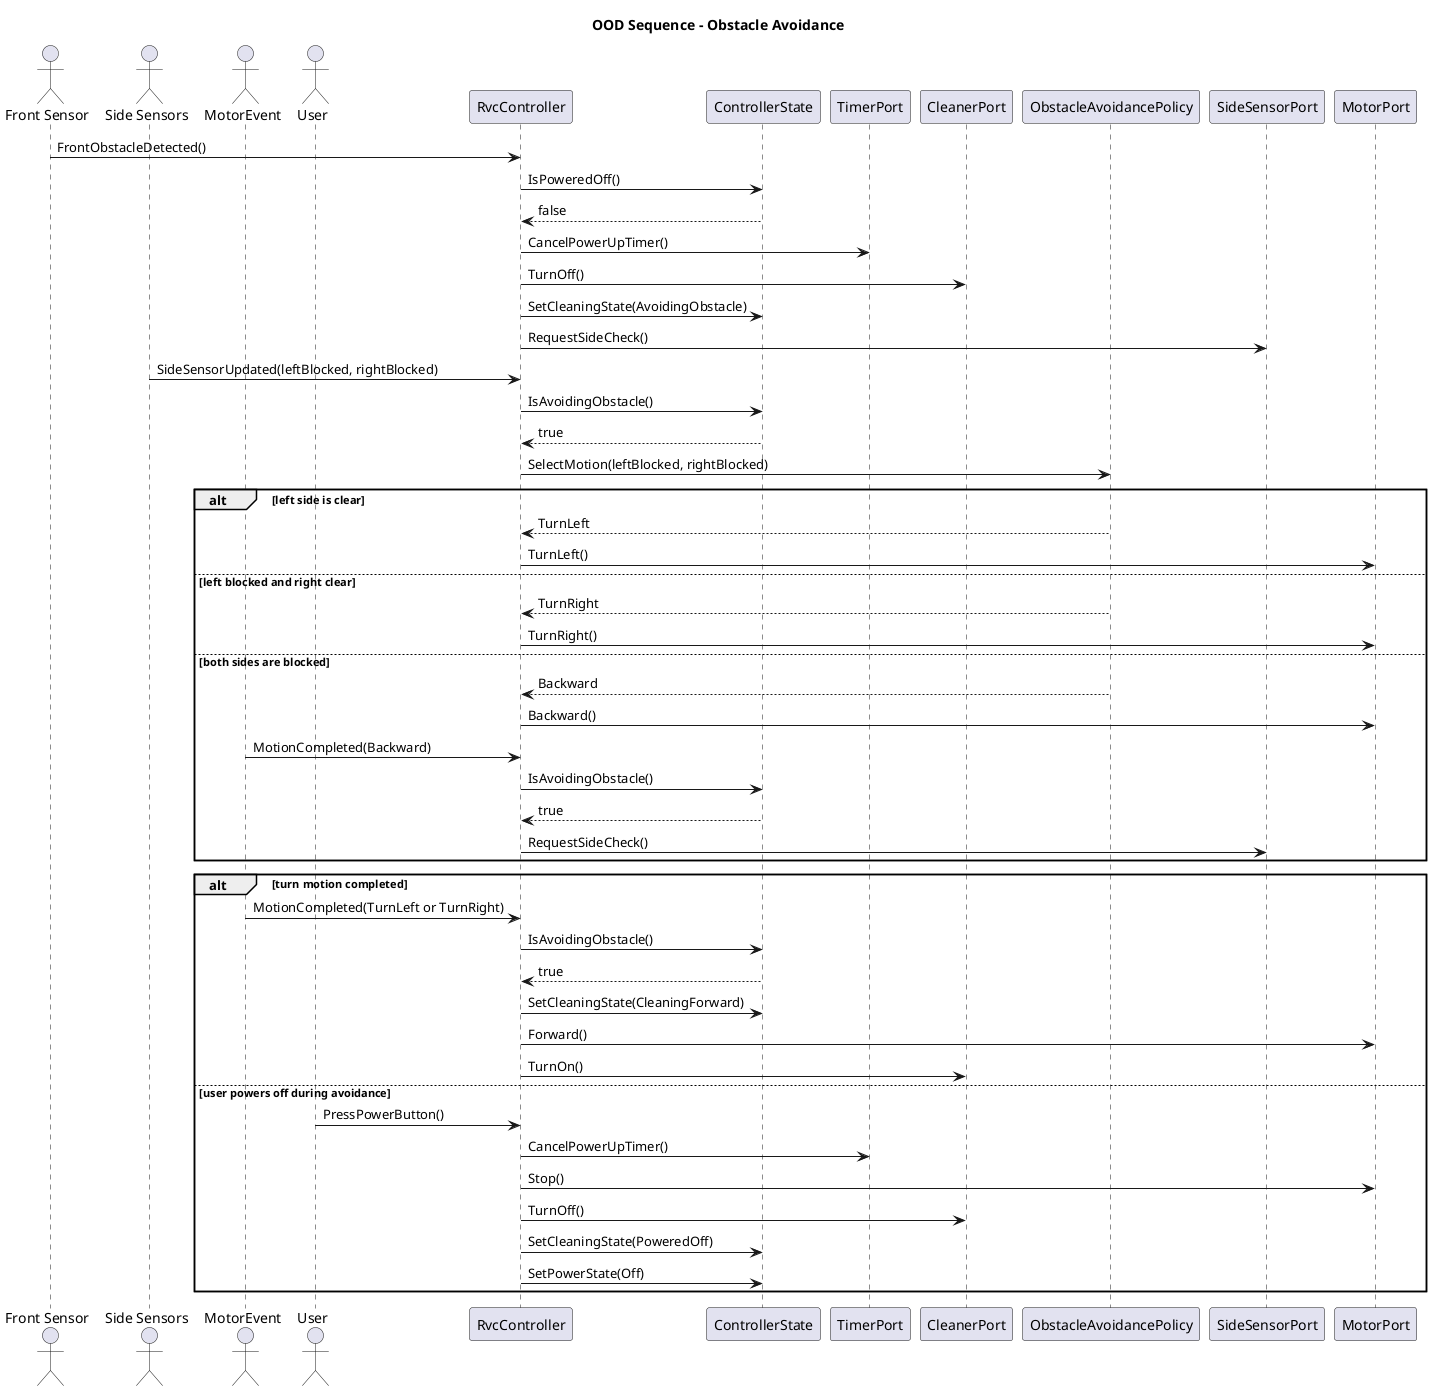
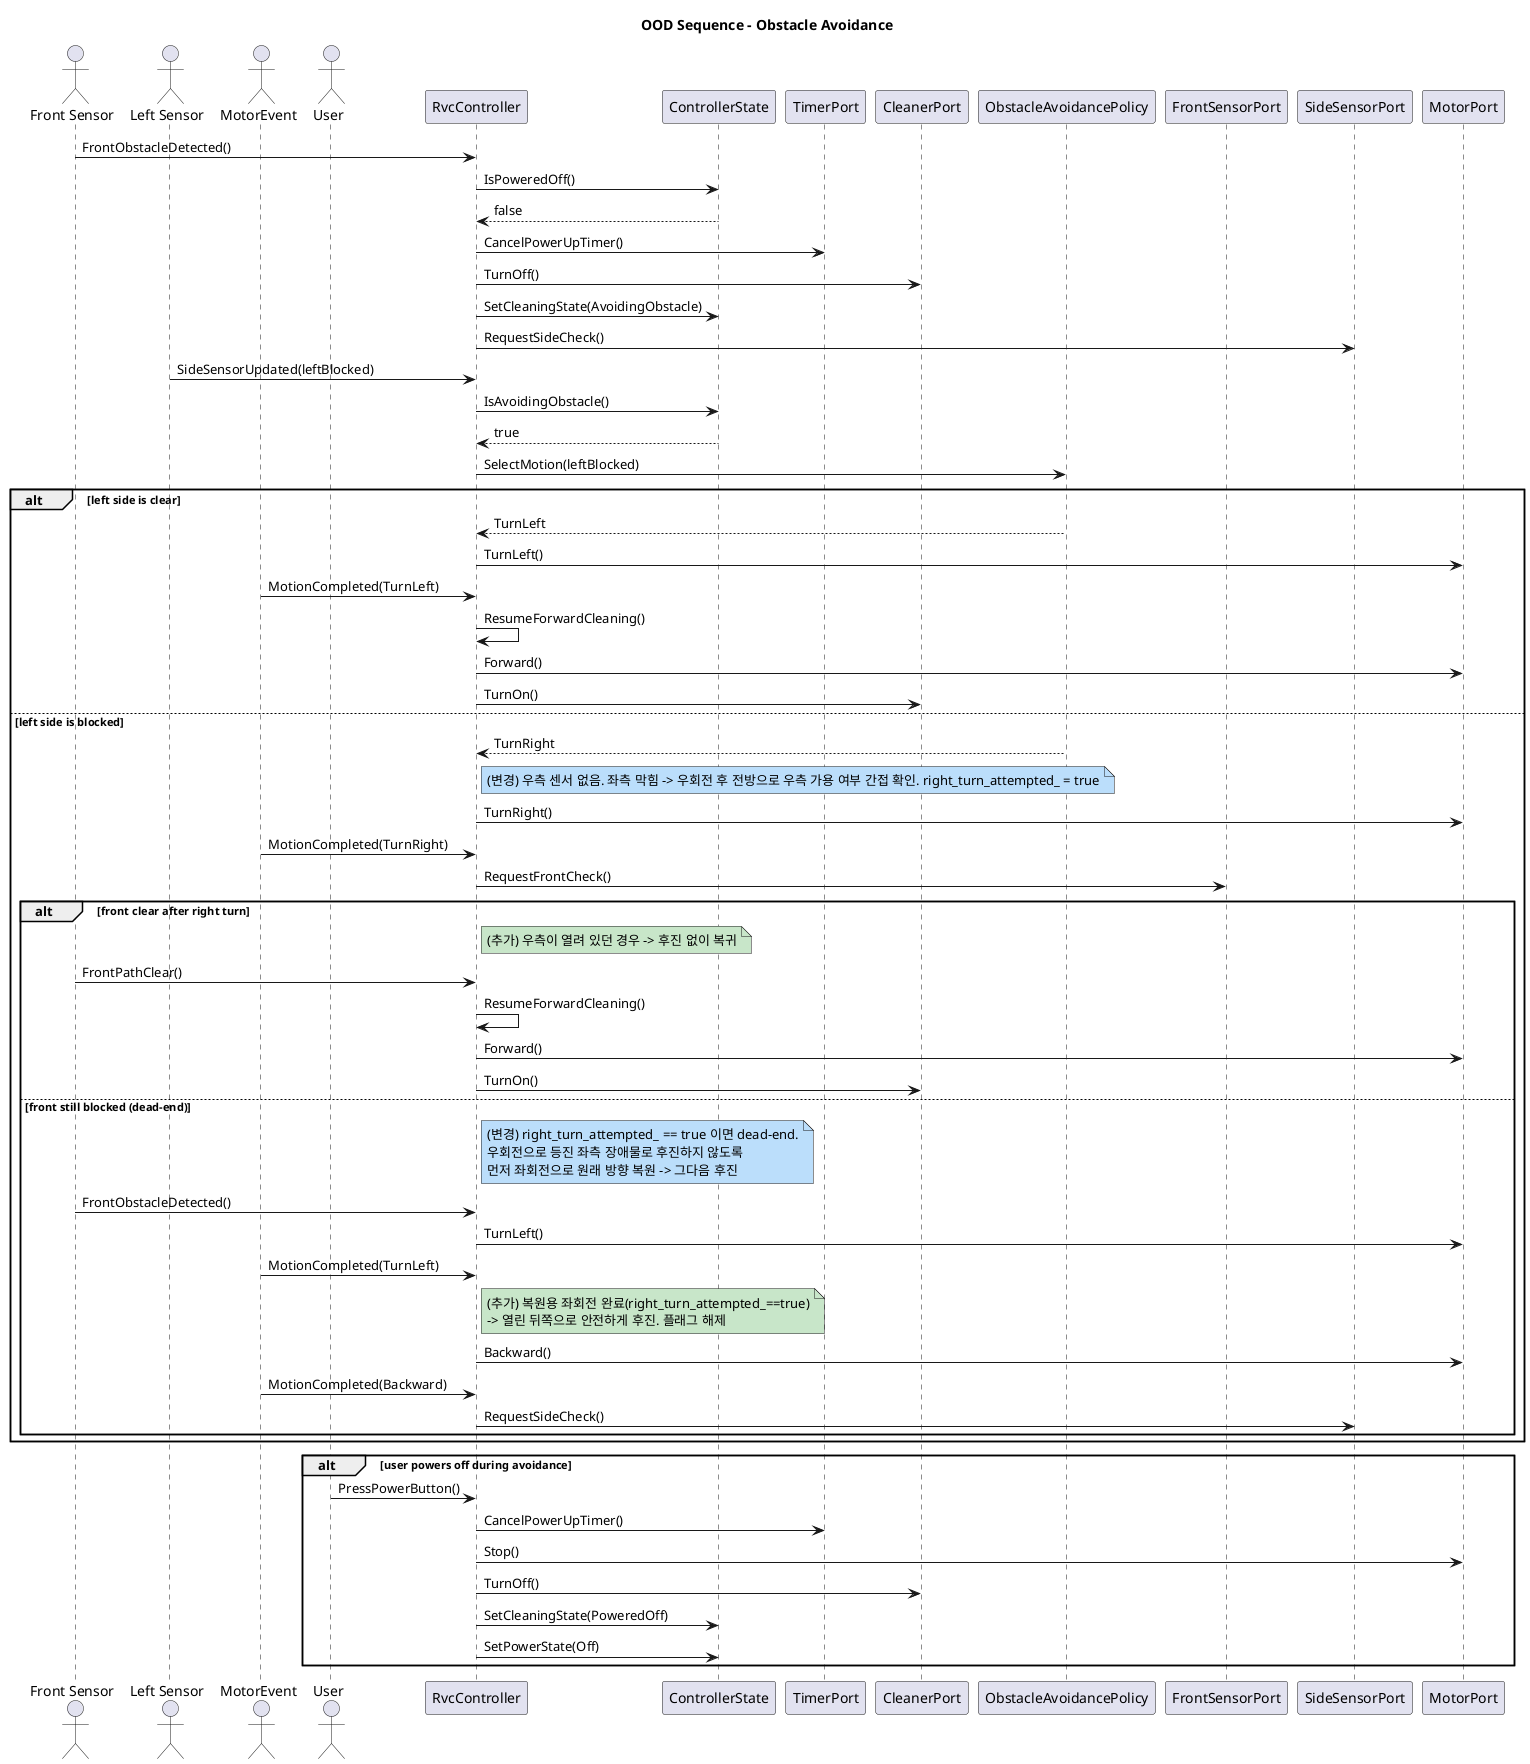
@startuml
title OOD Sequence - Obstacle Avoidance

+ ' [CHG-001] Right Sensor 제거: SideSensorUpdated(leftBlocked), 좌측 막힘 -> 우회전 -> 전방 재확인
actor "Front Sensor" as FrontSensor
- actor "Side Sensors" as SideSensors
+ actor "Left Sensor" as LeftSensor
actor MotorEvent
actor User
participant "RvcController" as Controller
participant "ControllerState" as State
participant "TimerPort" as Timer
participant "CleanerPort" as Cleaner
participant "ObstacleAvoidancePolicy" as Policy
+ participant "FrontSensorPort" as FrontSensorPort
participant "SideSensorPort" as SideSensor
participant "MotorPort" as Motor

FrontSensor -> Controller: FrontObstacleDetected()
Controller -> State: IsPoweredOff()
State --> Controller: false
Controller -> Timer: CancelPowerUpTimer()
Controller -> Cleaner: TurnOff()
Controller -> State: SetCleaningState(AvoidingObstacle)
Controller -> SideSensor: RequestSideCheck()

- SideSensors -> Controller: SideSensorUpdated(leftBlocked, rightBlocked)
+ LeftSensor -> Controller: SideSensorUpdated(leftBlocked)
Controller -> State: IsAvoidingObstacle()
State --> Controller: true
- Controller -> Policy: SelectMotion(leftBlocked, rightBlocked)
+ Controller -> Policy: SelectMotion(leftBlocked)

alt left side is clear
  Policy --> Controller: TurnLeft
  Controller -> Motor: TurnLeft()
- else left blocked and right clear
+   MotorEvent -> Controller: MotionCompleted(TurnLeft)
+   Controller -> Controller: ResumeForwardCleaning()
+   Controller -> Motor: Forward()
+   Controller -> Cleaner: TurnOn()
+ else left side is blocked
  Policy --> Controller: TurnRight
+   note right of Controller #BBDEFB : (변경) 우측 센서 없음. 좌측 막힘 -> 우회전 후 전방으로 우측 가용 여부 간접 확인. right_turn_attempted_ = true
  Controller -> Motor: TurnRight()
- else both sides are blocked
-   Policy --> Controller: Backward
-   Controller -> Motor: Backward()
-   MotorEvent -> Controller: MotionCompleted(Backward)
-   Controller -> State: IsAvoidingObstacle()
-   State --> Controller: true
-   Controller -> SideSensor: RequestSideCheck()
+   MotorEvent -> Controller: MotionCompleted(TurnRight)
+   Controller -> FrontSensorPort: RequestFrontCheck()
+   alt front clear after right turn
+     note right of Controller #C8E6C9 : (추가) 우측이 열려 있던 경우 -> 후진 없이 복귀
+     FrontSensor -> Controller: FrontPathClear()
+     Controller -> Controller: ResumeForwardCleaning()
+     Controller -> Motor: Forward()
+     Controller -> Cleaner: TurnOn()
+   else front still blocked (dead-end)
+     note right of Controller #BBDEFB : (변경) right_turn_attempted_ == true 이면 dead-end.\n우회전으로 등진 좌측 장애물로 후진하지 않도록\n먼저 좌회전으로 원래 방향 복원 -> 그다음 후진
+     FrontSensor -> Controller: FrontObstacleDetected()
+     Controller -> Motor: TurnLeft()
+     MotorEvent -> Controller: MotionCompleted(TurnLeft)
+     note right of Controller #C8E6C9 : (추가) 복원용 좌회전 완료(right_turn_attempted_==true)\n-> 열린 뒤쪽으로 안전하게 후진. 플래그 해제
+     Controller -> Motor: Backward()
+     MotorEvent -> Controller: MotionCompleted(Backward)
+     Controller -> SideSensor: RequestSideCheck()
+   end
end

- alt turn motion completed
-   MotorEvent -> Controller: MotionCompleted(TurnLeft or TurnRight)
-   Controller -> State: IsAvoidingObstacle()
-   State --> Controller: true
-   Controller -> State: SetCleaningState(CleaningForward)
-   Controller -> Motor: Forward()
-   Controller -> Cleaner: TurnOn()
- else user powers off during avoidance
+ alt user powers off during avoidance
  User -> Controller: PressPowerButton()
  Controller -> Timer: CancelPowerUpTimer()
  Controller -> Motor: Stop()
  Controller -> Cleaner: TurnOff()
  Controller -> State: SetCleaningState(PoweredOff)
  Controller -> State: SetPowerState(Off)
end
@enduml
